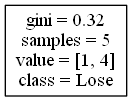
This is DecisionTrees/Mountain Westdecision_tree_no_score_or_attendance1.png from alexana-steck/CSE482Project, a Graphviz export, as it was before one commit. Its source is kept beside it as DecisionTrees/Mountain Westdecision_tree_no_score_or_attendance1.dot. The source it was exported from:
```dot
digraph Tree {
node [shape=box] ;
0 [label="gini = 0.32\nsamples = 5\nvalue = [1, 4]\nclass = Lose"] ;
}
```
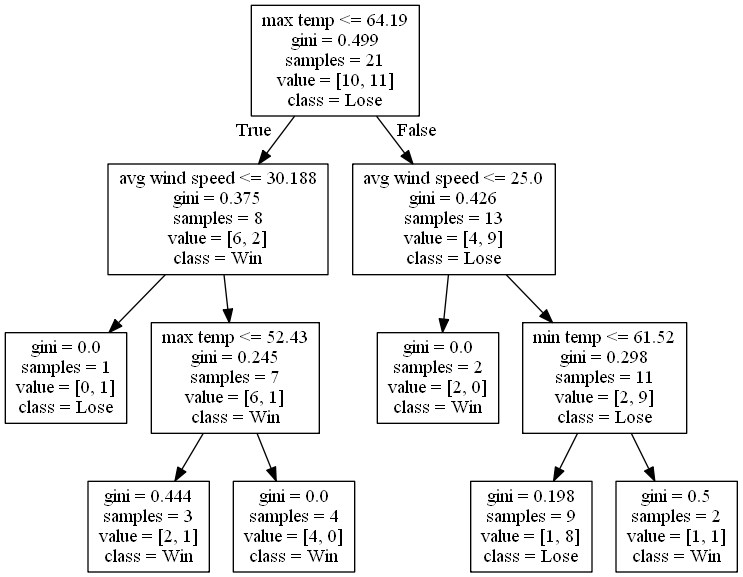
Above is the later version.

Diff of the diagram source:
```diff
@@ -1,4 +1,24 @@
 digraph Tree {
 node [shape=box] ;
-0 [label="gini = 0.32\nsamples = 5\nvalue = [1, 4]\nclass = Lose"] ;
+0 [label="max temp <= 64.19\ngini = 0.499\nsamples = 21\nvalue = [10, 11]\nclass = Lose"] ;
+1 [label="avg wind speed <= 30.188\ngini = 0.375\nsamples = 8\nvalue = [6, 2]\nclass = Win"] ;
+0 -> 1 [labeldistance=2.5, labelangle=45, headlabel="True"] ;
+2 [label="gini = 0.0\nsamples = 1\nvalue = [0, 1]\nclass = Lose"] ;
+1 -> 2 ;
+3 [label="max temp <= 52.43\ngini = 0.245\nsamples = 7\nvalue = [6, 1]\nclass = Win"] ;
+1 -> 3 ;
+4 [label="gini = 0.444\nsamples = 3\nvalue = [2, 1]\nclass = Win"] ;
+3 -> 4 ;
+5 [label="gini = 0.0\nsamples = 4\nvalue = [4, 0]\nclass = Win"] ;
+3 -> 5 ;
+6 [label="avg wind speed <= 25.0\ngini = 0.426\nsamples = 13\nvalue = [4, 9]\nclass = Lose"] ;
+0 -> 6 [labeldistance=2.5, labelangle=-45, headlabel="False"] ;
+7 [label="gini = 0.0\nsamples = 2\nvalue = [2, 0]\nclass = Win"] ;
+6 -> 7 ;
+8 [label="min temp <= 61.52\ngini = 0.298\nsamples = 11\nvalue = [2, 9]\nclass = Lose"] ;
+6 -> 8 ;
+9 [label="gini = 0.198\nsamples = 9\nvalue = [1, 8]\nclass = Lose"] ;
+8 -> 9 ;
+10 [label="gini = 0.5\nsamples = 2\nvalue = [1, 1]\nclass = Win"] ;
+8 -> 10 ;
 }
```
